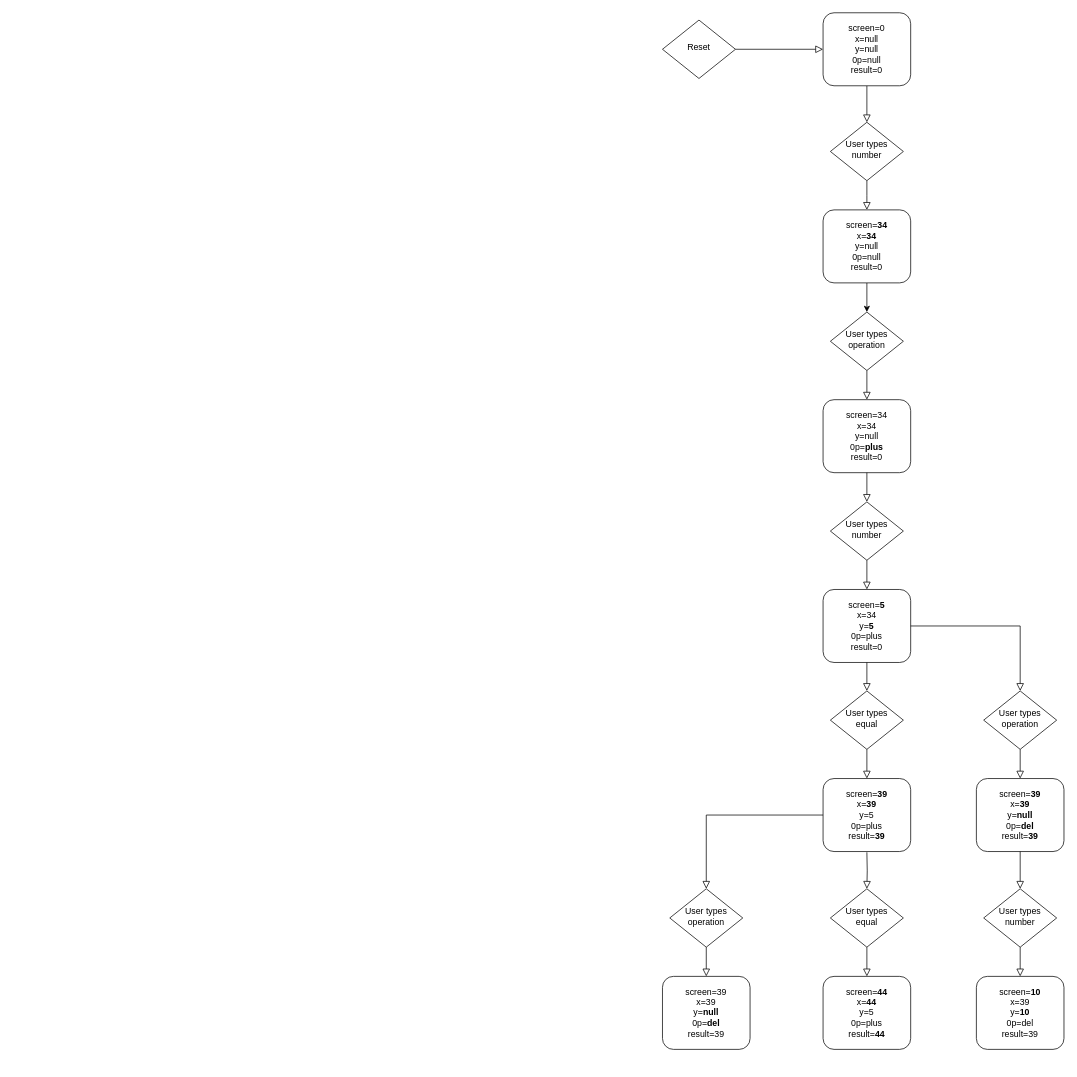
Before: calc.drawio in hector1234567/calculator-app, a draw.io diagram. Source tidied: cells renumbered, new cells numbered last; positions are measured from the earlier drawing's top-left corner, leaving out a move shared by most shapes. Both pictures are drawn from the tidied source at 73%, with x=0, y=0 at pixel (662, 12).
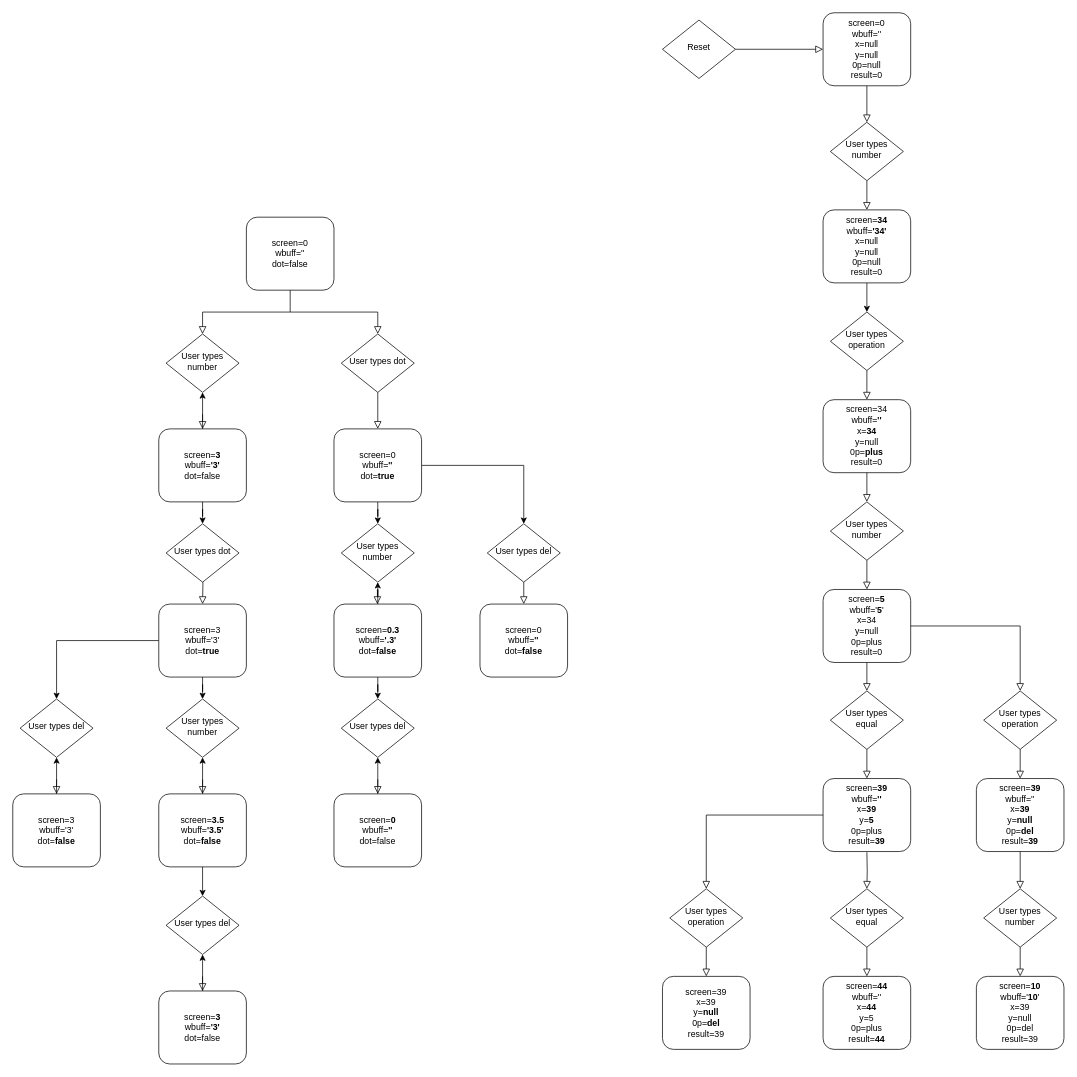
The same page after the edit.

Diff of the diagram source:
```diff
@@
-    <mxCell id="3" value="screen=0&lt;br&gt;x=null&lt;br&gt;y=null&lt;br&gt;0p=null&lt;br&gt;result=0" style="rounded=1;whiteSpace=wrap;html=1;fontSize=12;glass=0;strokeWidth=1;shadow=0;" parent="1" vertex="1">
+    <mxCell id="3" value="screen=0&lt;br&gt;wbuff=''&lt;br&gt;x=null&lt;br&gt;y=null&lt;br&gt;0p=null&lt;br&gt;result=0" style="rounded=1;whiteSpace=wrap;html=1;fontSize=12;glass=0;strokeWidth=1;shadow=0;" parent="1" vertex="1">
       <mxGeometry x="220" width="120" height="100" as="geometry" />
     </mxCell>
@@
-    <mxCell id="7" value="screen=&lt;b&gt;34&lt;/b&gt;&lt;br&gt;x=&lt;b&gt;34&lt;/b&gt;&lt;br&gt;y=null&lt;br&gt;0p=null&lt;br&gt;result=0" style="rounded=1;whiteSpace=wrap;html=1;fontSize=12;glass=0;strokeWidth=1;shadow=0;" parent="1" vertex="1">
+    <mxCell id="7" value="screen=&lt;b&gt;34&lt;br&gt;&lt;/b&gt;wbuff=&lt;b&gt;'34'&lt;/b&gt;&lt;br&gt;x=null&lt;br&gt;y=null&lt;br&gt;0p=null&lt;br&gt;result=0" style="rounded=1;whiteSpace=wrap;html=1;fontSize=12;glass=0;strokeWidth=1;shadow=0;" parent="1" vertex="1">
       <mxGeometry x="220" y="270" width="120" height="100" as="geometry" />
     </mxCell>
-    <mxCell id="8" value="screen=34&lt;br&gt;x=34&lt;br&gt;y=null&lt;br&gt;0p=&lt;b&gt;plus&lt;/b&gt;&lt;br&gt;result=0" style="rounded=1;whiteSpace=wrap;html=1;fontSize=12;glass=0;strokeWidth=1;shadow=0;" parent="1" vertex="1">
+    <mxCell id="8" value="screen=34&lt;br&gt;wbuff=&lt;b&gt;''&lt;/b&gt;&lt;br&gt;x=&lt;b&gt;34&lt;/b&gt;&lt;br&gt;y=null&lt;br&gt;0p=&lt;b&gt;plus&lt;/b&gt;&lt;br&gt;result=0" style="rounded=1;whiteSpace=wrap;html=1;fontSize=12;glass=0;strokeWidth=1;shadow=0;" parent="1" vertex="1">
       <mxGeometry x="220" y="530" width="120" height="100" as="geometry" />
     </mxCell>
@@
-    <mxCell id="11" value="screen=&lt;b&gt;5&lt;/b&gt;&lt;br&gt;x=34&lt;br&gt;y=&lt;b&gt;5&lt;/b&gt;&lt;br&gt;0p=plus&lt;br&gt;result=0" style="rounded=1;whiteSpace=wrap;html=1;fontSize=12;glass=0;strokeWidth=1;shadow=0;" parent="1" vertex="1">
+    <mxCell id="11" value="screen=&lt;b&gt;5&lt;br&gt;&lt;/b&gt;wbuff='&lt;b&gt;5&lt;/b&gt;'&lt;br&gt;x=34&lt;br&gt;y=null&lt;br&gt;0p=plus&lt;br&gt;result=0" style="rounded=1;whiteSpace=wrap;html=1;fontSize=12;glass=0;strokeWidth=1;shadow=0;" parent="1" vertex="1">
       <mxGeometry x="220" y="790" width="120" height="100" as="geometry" />
     </mxCell>
@@
-    <mxCell id="15" value="screen=&lt;b&gt;39&lt;/b&gt;&lt;br&gt;x=&lt;b&gt;39&lt;/b&gt;&lt;br&gt;y=5&lt;br&gt;0p=plus&lt;br&gt;result=&lt;b&gt;39&lt;/b&gt;" style="rounded=1;whiteSpace=wrap;html=1;fontSize=12;glass=0;strokeWidth=1;shadow=0;" parent="1" vertex="1">
+    <mxCell id="15" value="screen=&lt;b&gt;39&lt;br&gt;&lt;/b&gt;wbuff=&lt;b&gt;''&lt;/b&gt;&lt;br&gt;x=&lt;b&gt;39&lt;/b&gt;&lt;br&gt;y=&lt;b&gt;5&lt;/b&gt;&lt;br&gt;0p=plus&lt;br&gt;result=&lt;b&gt;39&lt;/b&gt;" style="rounded=1;whiteSpace=wrap;html=1;fontSize=12;glass=0;strokeWidth=1;shadow=0;" parent="1" vertex="1">
       <mxGeometry x="220" y="1049" width="120" height="100" as="geometry" />
     </mxCell>
@@
-    <mxCell id="19" value="screen=&lt;b&gt;44&lt;/b&gt;&lt;br&gt;x=&lt;b&gt;44&lt;/b&gt;&lt;br&gt;y=5&lt;br&gt;0p=plus&lt;br&gt;result=&lt;b&gt;44&lt;/b&gt;" style="rounded=1;whiteSpace=wrap;html=1;fontSize=12;glass=0;strokeWidth=1;shadow=0;" parent="1" vertex="1">
+    <mxCell id="19" value="screen=&lt;b&gt;44&lt;br&gt;&lt;/b&gt;wbuff=''&lt;br&gt;x=&lt;b&gt;44&lt;/b&gt;&lt;br&gt;y=5&lt;br&gt;0p=plus&lt;br&gt;result=&lt;b&gt;44&lt;/b&gt;" style="rounded=1;whiteSpace=wrap;html=1;fontSize=12;glass=0;strokeWidth=1;shadow=0;" parent="1" vertex="1">
       <mxGeometry x="220" y="1320" width="120" height="100" as="geometry" />
     </mxCell>
@@
-    <mxCell id="23" value="screen=&lt;b&gt;39&lt;/b&gt;&lt;br&gt;x=&lt;b&gt;39&lt;/b&gt;&lt;br&gt;y=&lt;b&gt;null&lt;/b&gt;&lt;br&gt;0p=&lt;b&gt;del&lt;/b&gt;&lt;br&gt;result=&lt;b&gt;39&lt;/b&gt;" style="rounded=1;whiteSpace=wrap;html=1;fontSize=12;glass=0;strokeWidth=1;shadow=0;" parent="1" vertex="1">
+    <mxCell id="23" value="screen=&lt;b&gt;39&lt;br&gt;&lt;/b&gt;wbuff=''&lt;br&gt;x=&lt;b&gt;39&lt;/b&gt;&lt;br&gt;y=&lt;b&gt;null&lt;/b&gt;&lt;br&gt;0p=&lt;b&gt;del&lt;/b&gt;&lt;br&gt;result=&lt;b&gt;39&lt;/b&gt;" style="rounded=1;whiteSpace=wrap;html=1;fontSize=12;glass=0;strokeWidth=1;shadow=0;" parent="1" vertex="1">
       <mxGeometry x="430" y="1049" width="120" height="100" as="geometry" />
     </mxCell>
@@
-    <mxCell id="26" value="screen=&lt;b&gt;10&lt;/b&gt;&lt;br&gt;x=39&lt;br&gt;y=&lt;b&gt;10&lt;/b&gt;&lt;br&gt;0p=del&lt;br&gt;result=39" style="rounded=1;whiteSpace=wrap;html=1;fontSize=12;glass=0;strokeWidth=1;shadow=0;" parent="1" vertex="1">
+    <mxCell id="26" value="screen=&lt;b&gt;10&lt;br&gt;&lt;/b&gt;wbuff='&lt;b&gt;10&lt;/b&gt;'&lt;br&gt;x=39&lt;br&gt;y=null&lt;br&gt;0p=del&lt;br&gt;result=39" style="rounded=1;whiteSpace=wrap;html=1;fontSize=12;glass=0;strokeWidth=1;shadow=0;" parent="1" vertex="1">
       <mxGeometry x="430" y="1320" width="120" height="100" as="geometry" />
     </mxCell>
@@
+    <mxCell id="37" value="screen=0&lt;br&gt;wbuff=''&lt;br&gt;dot=false" style="rounded=1;whiteSpace=wrap;html=1;fontSize=12;glass=0;strokeWidth=1;shadow=0;" parent="1" vertex="1">
+      <mxGeometry x="-570" y="280" width="120" height="100" as="geometry" />
+    </mxCell>
+    <mxCell id="38" value="User types number" style="rhombus;whiteSpace=wrap;html=1;shadow=0;fontFamily=Helvetica;fontSize=12;align=center;strokeWidth=1;spacing=6;spacingTop=-4;" parent="1" vertex="1">
+      <mxGeometry x="-680" y="440" width="100" height="80" as="geometry" />
+    </mxCell>
+    <mxCell id="39" style="rounded=0;html=1;jettySize=auto;fontSize=11;endArrow=block;endFill=0;endSize=8;strokeWidth=1;shadow=0;labelBackgroundColor=none;edgeStyle=orthogonalEdgeStyle;exitX=0.5;exitY=1;exitDx=0;exitDy=0;entryX=0.5;entryY=0;entryDx=0;entryDy=0;" parent="1" edge="1" source="37" target="38">
+      <mxGeometry y="20" relative="1" as="geometry">
+        <Array as="points">
+          <mxPoint x="-510" y="410" />
+          <mxPoint x="-630" y="410" />
+        </Array>
+      </mxGeometry>
+    </mxCell>
+    <mxCell id="40" value="User types dot" style="rhombus;whiteSpace=wrap;html=1;shadow=0;fontFamily=Helvetica;fontSize=12;align=center;strokeWidth=1;spacing=6;spacingTop=-4;" parent="1" vertex="1">
+      <mxGeometry x="-440" y="440" width="100" height="80" as="geometry" />
+    </mxCell>
+    <mxCell id="41" style="rounded=0;html=1;jettySize=auto;fontSize=11;endArrow=block;endFill=0;endSize=8;strokeWidth=1;shadow=0;labelBackgroundColor=none;edgeStyle=orthogonalEdgeStyle;entryX=0.5;entryY=0;entryDx=0;entryDy=0;" parent="1" edge="1" target="40">
+      <mxGeometry y="20" relative="1" as="geometry">
+        <mxPoint x="-510" y="410" as="sourcePoint" />
+        <Array as="points">
+          <mxPoint x="-390" y="410" />
+        </Array>
+      </mxGeometry>
+    </mxCell>
+    <mxCell id="42" style="edgeStyle=orthogonalEdgeStyle;rounded=0;jettySize=auto;html=1;entryX=0.5;entryY=1;entryDx=0;entryDy=0;" parent="1" edge="1" source="44" target="38">
+      <mxGeometry relative="1" as="geometry" />
+    </mxCell>
+    <mxCell id="43" style="edgeStyle=orthogonalEdgeStyle;rounded=0;jettySize=auto;html=1;" parent="1" edge="1" source="44" target="54">
+      <mxGeometry relative="1" as="geometry" />
+    </mxCell>
+    <mxCell id="44" value="screen=&lt;b&gt;3&lt;br&gt;&lt;/b&gt;wbuff=&lt;b&gt;'3'&lt;/b&gt;&lt;br&gt;dot=false" style="rounded=1;whiteSpace=wrap;html=1;fontSize=12;glass=0;strokeWidth=1;shadow=0;" parent="1" vertex="1">
+      <mxGeometry x="-690" y="570" width="120" height="100" as="geometry" />
+    </mxCell>
+    <mxCell id="45" style="edgeStyle=orthogonalEdgeStyle;rounded=0;jettySize=auto;html=1;" parent="1" edge="1" source="47" target="60">
+      <mxGeometry relative="1" as="geometry" />
+    </mxCell>
+    <mxCell id="46" style="edgeStyle=orthogonalEdgeStyle;rounded=0;jettySize=auto;html=1;entryX=0.5;entryY=0;entryDx=0;entryDy=0;" parent="1" edge="1" source="47" target="77">
+      <mxGeometry relative="1" as="geometry" />
+    </mxCell>
+    <mxCell id="47" value="screen=0&lt;br&gt;wbuff=&lt;b&gt;''&lt;/b&gt;&lt;br&gt;dot=&lt;b&gt;true&lt;/b&gt;" style="rounded=1;whiteSpace=wrap;html=1;fontSize=12;glass=0;strokeWidth=1;shadow=0;" parent="1" vertex="1">
+      <mxGeometry x="-450" y="570" width="120" height="100" as="geometry" />
+    </mxCell>
+    <mxCell id="48" style="rounded=0;html=1;jettySize=auto;orthogonalLoop=1;fontSize=11;endArrow=block;endFill=0;endSize=8;strokeWidth=1;shadow=0;labelBackgroundColor=none;edgeStyle=orthogonalEdgeStyle;exitX=0.5;exitY=1;exitDx=0;exitDy=0;" parent="1" edge="1">
+      <mxGeometry y="20" relative="1" as="geometry">
+        <mxPoint x="-630" y="550" as="sourcePoint" />
+        <mxPoint x="-630" y="570" as="targetPoint" />
+      </mxGeometry>
+    </mxCell>
+    <mxCell id="49" style="rounded=0;html=1;jettySize=auto;fontSize=11;endArrow=block;endFill=0;endSize=8;strokeWidth=1;shadow=0;labelBackgroundColor=none;edgeStyle=orthogonalEdgeStyle;exitX=0.5;exitY=1;exitDx=0;exitDy=0;entryX=0.5;entryY=0;entryDx=0;entryDy=0;" parent="1" edge="1" source="40" target="47">
+      <mxGeometry y="20" relative="1" as="geometry" />
+    </mxCell>
+    <mxCell id="50" style="edgeStyle=orthogonalEdgeStyle;rounded=0;jettySize=auto;html=1;" parent="1" edge="1" source="52" target="55">
+      <mxGeometry relative="1" as="geometry" />
+    </mxCell>
+    <mxCell id="51" style="edgeStyle=orthogonalEdgeStyle;rounded=0;jettySize=auto;html=1;entryX=0.5;entryY=0;entryDx=0;entryDy=0;" parent="1" edge="1" source="52" target="73">
+      <mxGeometry relative="1" as="geometry" />
+    </mxCell>
+    <mxCell id="52" value="screen=3&lt;br&gt;wbuff='3'&lt;br&gt;dot=&lt;b&gt;true&lt;/b&gt;" style="rounded=1;whiteSpace=wrap;html=1;fontSize=12;glass=0;strokeWidth=1;shadow=0;" parent="1" vertex="1">
+      <mxGeometry x="-690" y="810" width="120" height="100" as="geometry" />
+    </mxCell>
+    <mxCell id="53" style="rounded=0;html=1;jettySize=auto;fontSize=11;endArrow=block;endFill=0;endSize=8;strokeWidth=1;shadow=0;labelBackgroundColor=none;edgeStyle=orthogonalEdgeStyle;exitX=0.5;exitY=1;exitDx=0;exitDy=0;entryX=0.5;entryY=0;entryDx=0;entryDy=0;" parent="1" edge="1" target="52">
+      <mxGeometry y="20" relative="1" as="geometry">
+        <mxPoint x="-630" y="750" as="sourcePoint" />
+      </mxGeometry>
+    </mxCell>
+    <mxCell id="54" value="User types dot" style="rhombus;whiteSpace=wrap;html=1;shadow=0;fontFamily=Helvetica;fontSize=12;align=center;strokeWidth=1;spacing=6;spacingTop=-4;" parent="1" vertex="1">
+      <mxGeometry x="-680" y="700" width="100" height="80" as="geometry" />
+    </mxCell>
+    <mxCell id="55" value="User types number" style="rhombus;whiteSpace=wrap;html=1;shadow=0;fontFamily=Helvetica;fontSize=12;align=center;strokeWidth=1;spacing=6;spacingTop=-4;" parent="1" vertex="1">
+      <mxGeometry x="-680" y="940" width="100" height="80" as="geometry" />
+    </mxCell>
+    <mxCell id="56" style="edgeStyle=orthogonalEdgeStyle;rounded=0;jettySize=auto;html=1;entryX=0.5;entryY=1;entryDx=0;entryDy=0;" parent="1" edge="1" source="58" target="55">
+      <mxGeometry relative="1" as="geometry" />
+    </mxCell>
+    <mxCell id="57" style="edgeStyle=orthogonalEdgeStyle;rounded=0;jettySize=auto;html=1;" parent="1" edge="1" source="58" target="69">
+      <mxGeometry relative="1" as="geometry" />
+    </mxCell>
+    <mxCell id="58" value="screen=&lt;b&gt;3.5&lt;br&gt;&lt;/b&gt;wbuff=&lt;b&gt;'3.5'&lt;/b&gt;&lt;br&gt;dot=&lt;b&gt;false&lt;/b&gt;" style="rounded=1;whiteSpace=wrap;html=1;fontSize=12;glass=0;strokeWidth=1;shadow=0;" parent="1" vertex="1">
+      <mxGeometry x="-690" y="1070" width="120" height="100" as="geometry" />
+    </mxCell>
+    <mxCell id="59" style="rounded=0;html=1;jettySize=auto;orthogonalLoop=1;fontSize=11;endArrow=block;endFill=0;endSize=8;strokeWidth=1;shadow=0;labelBackgroundColor=none;edgeStyle=orthogonalEdgeStyle;exitX=0.5;exitY=1;exitDx=0;exitDy=0;" parent="1" edge="1">
+      <mxGeometry y="20" relative="1" as="geometry">
+        <mxPoint x="-630" y="1050" as="sourcePoint" />
+        <mxPoint x="-630" y="1070" as="targetPoint" />
+      </mxGeometry>
+    </mxCell>
+    <mxCell id="60" value="User types number" style="rhombus;whiteSpace=wrap;html=1;shadow=0;fontFamily=Helvetica;fontSize=12;align=center;strokeWidth=1;spacing=6;spacingTop=-4;" parent="1" vertex="1">
+      <mxGeometry x="-440" y="700" width="100" height="80" as="geometry" />
+    </mxCell>
+    <mxCell id="61" style="edgeStyle=orthogonalEdgeStyle;rounded=0;jettySize=auto;html=1;entryX=0.5;entryY=1;entryDx=0;entryDy=0;" parent="1" edge="1" source="63" target="60">
+      <mxGeometry relative="1" as="geometry" />
+    </mxCell>
+    <mxCell id="62" style="edgeStyle=orthogonalEdgeStyle;rounded=0;jettySize=auto;html=1;" parent="1" edge="1" source="63" target="65">
+      <mxGeometry relative="1" as="geometry" />
+    </mxCell>
+    <mxCell id="63" value="screen=&lt;b&gt;0.3&lt;br&gt;&lt;/b&gt;wbuff=&lt;b&gt;'.3'&lt;/b&gt;&lt;br&gt;dot=&lt;b&gt;false&lt;/b&gt;" style="rounded=1;whiteSpace=wrap;html=1;fontSize=12;glass=0;strokeWidth=1;shadow=0;" parent="1" vertex="1">
+      <mxGeometry x="-450" y="810" width="120" height="100" as="geometry" />
+    </mxCell>
+    <mxCell id="64" style="rounded=0;html=1;jettySize=auto;orthogonalLoop=1;fontSize=11;endArrow=block;endFill=0;endSize=8;strokeWidth=1;shadow=0;labelBackgroundColor=none;edgeStyle=orthogonalEdgeStyle;exitX=0.5;exitY=1;exitDx=0;exitDy=0;" parent="1" edge="1">
+      <mxGeometry y="20" relative="1" as="geometry">
+        <mxPoint x="-390.5" y="790" as="sourcePoint" />
+        <mxPoint x="-390.5" y="810" as="targetPoint" />
+      </mxGeometry>
+    </mxCell>
+    <mxCell id="65" value="User types del" style="rhombus;whiteSpace=wrap;html=1;shadow=0;fontFamily=Helvetica;fontSize=12;align=center;strokeWidth=1;spacing=6;spacingTop=-4;" parent="1" vertex="1">
+      <mxGeometry x="-440" y="940" width="100" height="80" as="geometry" />
+    </mxCell>
+    <mxCell id="66" style="edgeStyle=orthogonalEdgeStyle;rounded=0;jettySize=auto;html=1;entryX=0.5;entryY=1;entryDx=0;entryDy=0;" parent="1" edge="1" source="67" target="65">
+      <mxGeometry relative="1" as="geometry" />
+    </mxCell>
+    <mxCell id="67" value="screen=&lt;b&gt;0&lt;br&gt;&lt;/b&gt;wbuff=&lt;b&gt;''&lt;/b&gt;&lt;br&gt;dot=false" style="rounded=1;whiteSpace=wrap;html=1;fontSize=12;glass=0;strokeWidth=1;shadow=0;" parent="1" vertex="1">
+      <mxGeometry x="-450" y="1070" width="120" height="100" as="geometry" />
+    </mxCell>
+    <mxCell id="68" style="rounded=0;html=1;jettySize=auto;orthogonalLoop=1;fontSize=11;endArrow=block;endFill=0;endSize=8;strokeWidth=1;shadow=0;labelBackgroundColor=none;edgeStyle=orthogonalEdgeStyle;exitX=0.5;exitY=1;exitDx=0;exitDy=0;" parent="1" edge="1">
+      <mxGeometry y="20" relative="1" as="geometry">
+        <mxPoint x="-390" y="1050" as="sourcePoint" />
+        <mxPoint x="-390" y="1070" as="targetPoint" />
+      </mxGeometry>
+    </mxCell>
+    <mxCell id="69" value="User types del" style="rhombus;whiteSpace=wrap;html=1;shadow=0;fontFamily=Helvetica;fontSize=12;align=center;strokeWidth=1;spacing=6;spacingTop=-4;" parent="1" vertex="1">
+      <mxGeometry x="-680" y="1210" width="100" height="80" as="geometry" />
+    </mxCell>
+    <mxCell id="70" style="edgeStyle=orthogonalEdgeStyle;rounded=0;jettySize=auto;html=1;entryX=0.5;entryY=1;entryDx=0;entryDy=0;" parent="1" edge="1" source="71" target="69">
+      <mxGeometry relative="1" as="geometry" />
+    </mxCell>
+    <mxCell id="71" value="screen=&lt;b&gt;3&lt;br&gt;&lt;/b&gt;wbuff=&lt;b&gt;'3'&lt;/b&gt;&lt;br&gt;dot=false" style="rounded=1;whiteSpace=wrap;html=1;fontSize=12;glass=0;strokeWidth=1;shadow=0;" parent="1" vertex="1">
+      <mxGeometry x="-690" y="1340" width="120" height="100" as="geometry" />
+    </mxCell>
+    <mxCell id="72" style="rounded=0;html=1;jettySize=auto;orthogonalLoop=1;fontSize=11;endArrow=block;endFill=0;endSize=8;strokeWidth=1;shadow=0;labelBackgroundColor=none;edgeStyle=orthogonalEdgeStyle;exitX=0.5;exitY=1;exitDx=0;exitDy=0;" parent="1" edge="1">
+      <mxGeometry y="20" relative="1" as="geometry">
+        <mxPoint x="-630" y="1320" as="sourcePoint" />
+        <mxPoint x="-630" y="1340" as="targetPoint" />
+      </mxGeometry>
+    </mxCell>
+    <mxCell id="73" value="User types del" style="rhombus;whiteSpace=wrap;html=1;shadow=0;fontFamily=Helvetica;fontSize=12;align=center;strokeWidth=1;spacing=6;spacingTop=-4;" parent="1" vertex="1">
+      <mxGeometry x="-880" y="940" width="100" height="80" as="geometry" />
+    </mxCell>
+    <mxCell id="74" style="edgeStyle=orthogonalEdgeStyle;rounded=0;jettySize=auto;html=1;entryX=0.5;entryY=1;entryDx=0;entryDy=0;" parent="1" edge="1" source="75" target="73">
+      <mxGeometry relative="1" as="geometry" />
+    </mxCell>
+    <mxCell id="75" value="screen=3&lt;br&gt;wbuff='3'&lt;br&gt;dot=&lt;b&gt;false&lt;/b&gt;" style="rounded=1;whiteSpace=wrap;html=1;fontSize=12;glass=0;strokeWidth=1;shadow=0;" parent="1" vertex="1">
+      <mxGeometry x="-890" y="1070" width="120" height="100" as="geometry" />
+    </mxCell>
+    <mxCell id="76" style="rounded=0;html=1;jettySize=auto;orthogonalLoop=1;fontSize=11;endArrow=block;endFill=0;endSize=8;strokeWidth=1;shadow=0;labelBackgroundColor=none;edgeStyle=orthogonalEdgeStyle;exitX=0.5;exitY=1;exitDx=0;exitDy=0;" parent="1" edge="1">
+      <mxGeometry y="20" relative="1" as="geometry">
+        <mxPoint x="-830" y="1050" as="sourcePoint" />
+        <mxPoint x="-830" y="1070" as="targetPoint" />
+      </mxGeometry>
+    </mxCell>
+    <mxCell id="77" value="User types del" style="rhombus;whiteSpace=wrap;html=1;shadow=0;fontFamily=Helvetica;fontSize=12;align=center;strokeWidth=1;spacing=6;spacingTop=-4;" parent="1" vertex="1">
+      <mxGeometry x="-240" y="700" width="100" height="80" as="geometry" />
+    </mxCell>
+    <mxCell id="78" value="screen=0&lt;br&gt;wbuff=&lt;b&gt;''&lt;/b&gt;&lt;br&gt;dot=&lt;b&gt;false&lt;/b&gt;" style="rounded=1;whiteSpace=wrap;html=1;fontSize=12;glass=0;strokeWidth=1;shadow=0;" parent="1" vertex="1">
+      <mxGeometry x="-250" y="810" width="120" height="100" as="geometry" />
+    </mxCell>
+    <mxCell id="79" style="rounded=0;html=1;jettySize=auto;fontSize=11;endArrow=block;endFill=0;endSize=8;strokeWidth=1;shadow=0;labelBackgroundColor=none;edgeStyle=orthogonalEdgeStyle;exitX=0.5;exitY=1;exitDx=0;exitDy=0;entryX=0.5;entryY=0;entryDx=0;entryDy=0;" parent="1" edge="1" source="77" target="78">
+      <mxGeometry y="20" relative="1" as="geometry" />
+    </mxCell>
```
